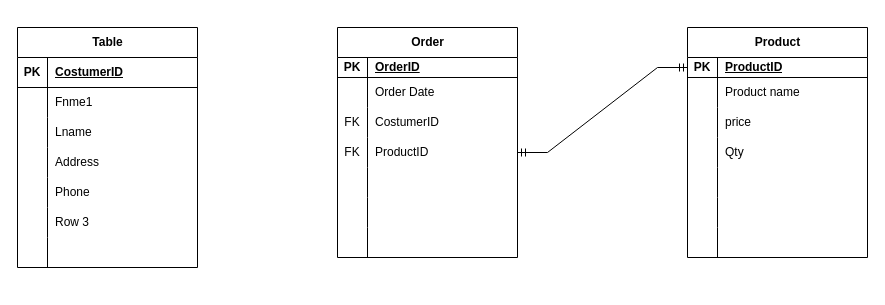
Earlier version of the draw.io diagram Untitled Diagram.drawio (jorge-102025/ERD). Source tidied: cells renumbered, new cells numbered last; positions are measured from the earlier drawing's top-left corner, leaving out a move shared by most shapes. Both pictures are drawn from the tidied source at 100%, with x=0, y=0 at pixel (17, 27).
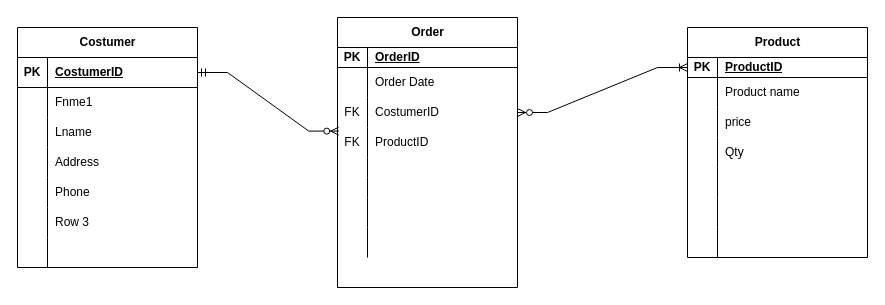
After the change.

The change refers to these unchanged cells:
```xml
<mxCell id="3" style="shape=tableRow;horizontal=0;startSize=0;swimlaneHead=0;swimlaneBody=0;fillColor=none;points=[[0,0.5],[1,0.5]];portConstraint=eastwest;top=0;left=0;right=0;bottom=1;" parent="2" vertex="1">
  <mxGeometry y="30" width="180" height="30" as="geometry" />
</mxCell>
<mxCell id="31" style="shape=tableRow;horizontal=0;startSize=0;swimlaneHead=0;swimlaneBody=0;fillColor=none;points=[[0,0.5],[1,0.5]];portConstraint=eastwest;top=0;left=0;right=0;bottom=0;" parent="24" vertex="1">
  <mxGeometry y="80" width="180" height="30" as="geometry" />
</mxCell>
<mxCell id="34" style="shape=tableRow;horizontal=0;startSize=0;swimlaneHead=0;swimlaneBody=0;fillColor=none;points=[[0,0.5],[1,0.5]];portConstraint=eastwest;top=0;left=0;right=0;bottom=0;" parent="24" vertex="1">
  <mxGeometry y="110" width="180" height="30" as="geometry" />
</mxCell>
<mxCell id="47" style="shape=tableRow;horizontal=0;startSize=0;swimlaneHead=0;swimlaneBody=0;fillColor=none;points=[[0,0.5],[1,0.5]];portConstraint=eastwest;top=0;left=0;right=0;bottom=1;" parent="46" vertex="1">
  <mxGeometry y="30" width="180" height="20" as="geometry" />
</mxCell>
```

Change to the diagram source:
```diff
@@
-    <mxCell id="2" value="Table" style="shape=table;startSize=30;childLayout=tableLayout;rowLines=0;fontStyle=1;align=center;html=1;" parent="1" vertex="1">
+    <mxCell id="2" value="Costumer" style="shape=table;startSize=30;childLayout=tableLayout;rowLines=0;fontStyle=1;align=center;html=1;" parent="1" vertex="1">
       <mxGeometry width="180" height="240" as="geometry" />
     </mxCell>
@@
     <mxCell id="24" value="Order" style="shape=table;startSize=30;childLayout=tableLayout;rowLines=0;fontStyle=1;align=center;html=1;" parent="1" vertex="1">
-      <mxGeometry x="320" width="180" height="230" as="geometry" />
+      <mxGeometry x="320" y="-10" width="180" height="270" as="geometry" />
     </mxCell>
@@
+    <mxCell id="69" style="shape=tableRow;horizontal=0;startSize=0;swimlaneHead=0;swimlaneBody=0;fillColor=none;top=0;left=0;right=0;bottom=0;" parent="24" vertex="1">
+      <mxGeometry y="140" width="180" height="20" as="geometry" />
+    </mxCell>
+    <mxCell id="70" style="shape=partialRectangle;fillColor=none;top=0;left=0;bottom=0;right=0;overflow=hidden;whiteSpace=wrap;html=1;" parent="69" vertex="1">
+      <mxGeometry width="30" height="20" as="geometry" />
+    </mxCell>
+    <mxCell id="71" style="shape=partialRectangle;fillColor=none;top=0;left=0;bottom=0;right=0;align=left;spacingLeft=6;overflow=hidden;whiteSpace=wrap;html=1;" parent="69" vertex="1">
+      <mxGeometry x="30" width="150" height="20" as="geometry" />
+    </mxCell>
+    <mxCell id="72" style="shape=tableRow;horizontal=0;startSize=0;swimlaneHead=0;swimlaneBody=0;fillColor=none;top=0;left=0;right=0;bottom=0;" parent="24" vertex="1">
+      <mxGeometry y="160" width="180" height="20" as="geometry" />
+    </mxCell>
+    <mxCell id="73" style="shape=partialRectangle;fillColor=none;top=0;left=0;bottom=0;right=0;overflow=hidden;whiteSpace=wrap;html=1;" parent="72" vertex="1">
+      <mxGeometry width="30" height="20" as="geometry" />
+    </mxCell>
+    <mxCell id="74" style="shape=partialRectangle;fillColor=none;top=0;left=0;bottom=0;right=0;align=left;spacingLeft=6;overflow=hidden;whiteSpace=wrap;html=1;" parent="72" vertex="1">
+      <mxGeometry x="30" width="150" height="20" as="geometry" />
+    </mxCell>
     <mxCell id="37" style="shape=tableRow;horizontal=0;startSize=0;swimlaneHead=0;swimlaneBody=0;fillColor=none;top=0;left=0;right=0;bottom=0;" parent="24" vertex="1">
-      <mxGeometry y="140" width="180" height="30" as="geometry" />
+      <mxGeometry y="180" width="180" height="30" as="geometry" />
     </mxCell>
@@
     <mxCell id="40" style="shape=tableRow;horizontal=0;startSize=0;swimlaneHead=0;swimlaneBody=0;fillColor=none;top=0;left=0;right=0;bottom=0;" parent="24" vertex="1">
-      <mxGeometry y="170" width="180" height="30" as="geometry" />
+      <mxGeometry y="210" width="180" height="30" as="geometry" />
     </mxCell>
@@
-    <mxCell id="43" style="shape=tableRow;horizontal=0;startSize=0;swimlaneHead=0;swimlaneBody=0;fillColor=none;top=0;left=0;right=0;bottom=0;" parent="24" vertex="1">
-      <mxGeometry y="200" width="180" height="30" as="geometry" />
-    </mxCell>
-    <mxCell id="44" style="shape=partialRectangle;fillColor=none;top=0;left=0;bottom=0;right=0;overflow=hidden;whiteSpace=wrap;html=1;" parent="43" vertex="1">
-      <mxGeometry width="30" height="30" as="geometry" />
-    </mxCell>
-    <mxCell id="45" style="shape=partialRectangle;fillColor=none;top=0;left=0;bottom=0;right=0;align=left;spacingLeft=6;overflow=hidden;whiteSpace=wrap;html=1;" parent="43" vertex="1">
-      <mxGeometry x="30" width="150" height="30" as="geometry" />
-    </mxCell>
@@
-    <mxCell id="68" style="edgeStyle=entityRelationEdgeStyle;fontSize=12;html=1;endArrow=ERmandOne;startArrow=ERmandOne;rounded=0;exitX=1;exitY=0.5;exitDx=0;exitDy=0;entryX=0;entryY=0.5;entryDx=0;entryDy=0;" parent="1" edge="1" source="34" target="47">
-      <mxGeometry relative="1" as="geometry" />
-    </mxCell>
+    <mxCell id="75" style="edgeStyle=entityRelationEdgeStyle;fontSize=12;html=1;endArrow=ERzeroToMany;startArrow=ERmandOne;rounded=0;entryX=0.007;entryY=0.12;entryDx=0;entryDy=0;entryPerimeter=0;" parent="1" edge="1" source="3" target="34">
+      <mxGeometry relative="1" as="geometry" />
+    </mxCell>
+    <mxCell id="76" style="edgeStyle=entityRelationEdgeStyle;fontSize=12;html=1;endArrow=ERoneToMany;startArrow=ERzeroToMany;rounded=0;entryX=0;entryY=0.5;entryDx=0;entryDy=0;exitX=1;exitY=0.5;exitDx=0;exitDy=0;" parent="1" edge="1" source="31" target="47">
+      <mxGeometry relative="1" as="geometry" />
+    </mxCell>
```
